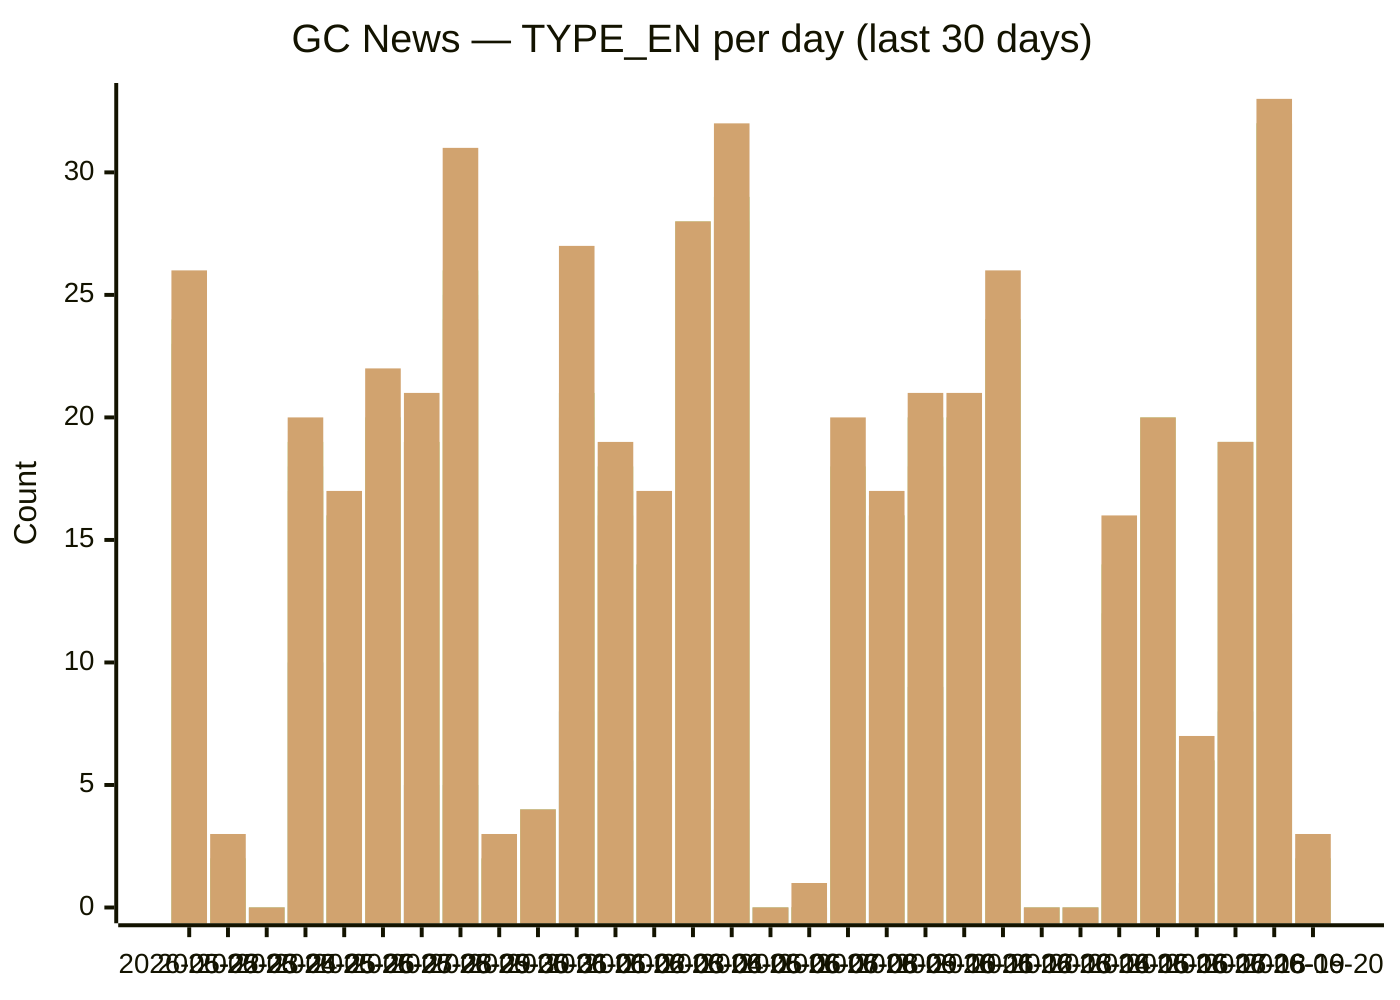
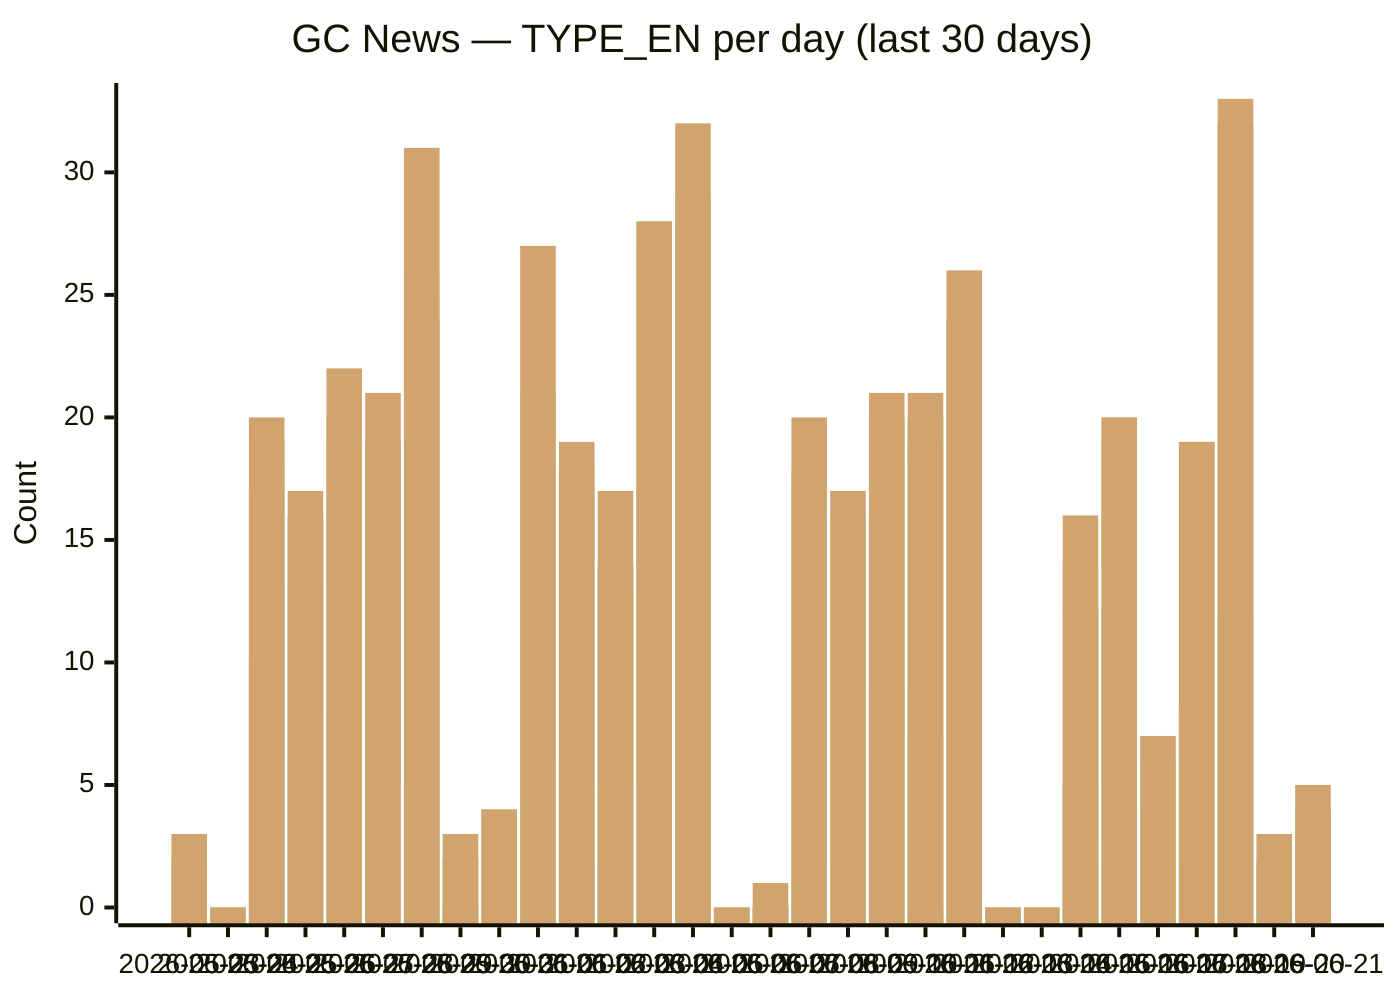
```mermaid
xychart-beta
  title "GC News — TYPE_EN per day (last 30 days)"
-   x-axis [2026-05-22, 2026-05-23, 2026-05-24, 2026-05-25, 2026-05-26, 2026-05-27, 2026-05-28, 2026-05-29, 2026-05-30, 2026-05-31, 2026-06-01, 2026-06-02, 2026-06-03, 2026-06-04, 2026-06-05, 2026-06-06, 2026-06-07, 2026-06-08, 2026-06-09, 2026-06-10, 2026-06-11, 2026-06-12, 2026-06-13, 2026-06-14, 2026-06-15, 2026-06-16, 2026-06-17, 2026-06-18, 2026-06-19, 2026-06-20]
+   x-axis [2026-05-23, 2026-05-24, 2026-05-25, 2026-05-26, 2026-05-27, 2026-05-28, 2026-05-29, 2026-05-30, 2026-05-31, 2026-06-01, 2026-06-02, 2026-06-03, 2026-06-04, 2026-06-05, 2026-06-06, 2026-06-07, 2026-06-08, 2026-06-09, 2026-06-10, 2026-06-11, 2026-06-12, 2026-06-13, 2026-06-14, 2026-06-15, 2026-06-16, 2026-06-17, 2026-06-18, 2026-06-19, 2026-06-20, 2026-06-21]
  y-axis "Count" 0 --> 33
-   bar backgrounders [3, 0, 0, 6, 1, 4, 1, 1, 0, 0, 5, 2, 2, 2, 0, 0, 0, 0, 3, 2, 0, 3, 0, 0, 2, 3, 1, 2, 2, 0]
-   bar "media advisories" [9, 1, 0, 10, 6, 8, 5, 5, 0, 4, 8, 6, 5, 15, 4, 0, 0, 2, 6, 9, 7, 9, 0, 0, 5, 4, 1, 8, 12, 0]
-   bar "news releases" [23, 2, 0, 17, 13, 19, 19, 24, 2, 4, 20, 16, 13, 26, 28, 0, 0, 17, 16, 18, 19, 24, 0, 0, 12, 19, 6, 19, 32, 2]
-   bar readouts [23, 2, 0, 18, 16, 20, 19, 25, 2, 4, 21, 17, 14, 27, 29, 0, 0, 17, 16, 20, 20, 24, 0, 0, 12, 19, 6, 19, 32, 2]
-   bar speeches [24, 2, 0, 19, 16, 20, 19, 26, 2, 4, 21, 18, 14, 28, 29, 0, 0, 18, 16, 20, 20, 24, 0, 0, 14, 20, 6, 19, 32, 2]
-   bar statements [26, 3, 0, 20, 17, 22, 21, 31, 3, 4, 27, 19, 17, 28, 32, 0, 1, 20, 17, 21, 21, 26, 0, 0, 16, 20, 7, 19, 33, 3]
+   bar backgrounders [0, 0, 6, 1, 4, 1, 1, 0, 0, 5, 2, 2, 2, 0, 0, 0, 0, 3, 2, 0, 3, 0, 0, 2, 3, 1, 2, 2, 0, 0]
+   bar "media advisories" [1, 0, 10, 6, 8, 5, 5, 0, 4, 8, 6, 5, 15, 4, 0, 0, 2, 6, 9, 7, 9, 0, 0, 5, 4, 1, 8, 12, 0, 2]
+   bar "news releases" [2, 0, 17, 13, 19, 19, 24, 2, 4, 20, 16, 13, 26, 28, 0, 0, 17, 16, 18, 19, 24, 0, 0, 12, 19, 6, 19, 32, 2, 4]
+   bar readouts [2, 0, 18, 16, 20, 19, 25, 2, 4, 21, 17, 14, 27, 29, 0, 0, 17, 16, 20, 20, 24, 0, 0, 12, 19, 6, 19, 32, 2, 4]
+   bar speeches [2, 0, 19, 16, 20, 19, 26, 2, 4, 21, 18, 14, 28, 29, 0, 0, 18, 16, 20, 20, 24, 0, 0, 14, 20, 6, 19, 32, 2, 4]
+   bar statements [3, 0, 20, 17, 22, 21, 31, 3, 4, 27, 19, 17, 28, 32, 0, 1, 20, 17, 21, 21, 26, 0, 0, 16, 20, 7, 19, 33, 3, 5]
```